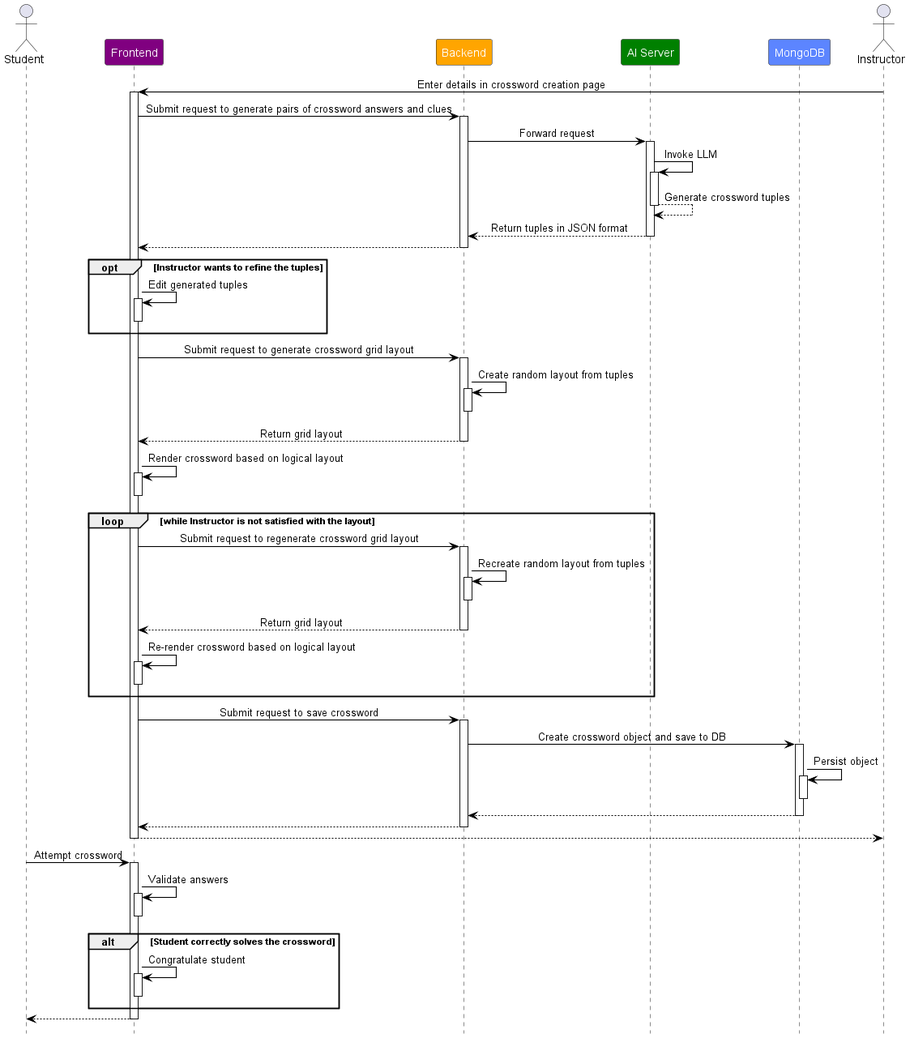
nseah21/plantuml-diagrams keeps this PlantUML diagram as out/fyp/crossword-sd/crossword-creation-sequence-diagram.png. Above is the earlier version.
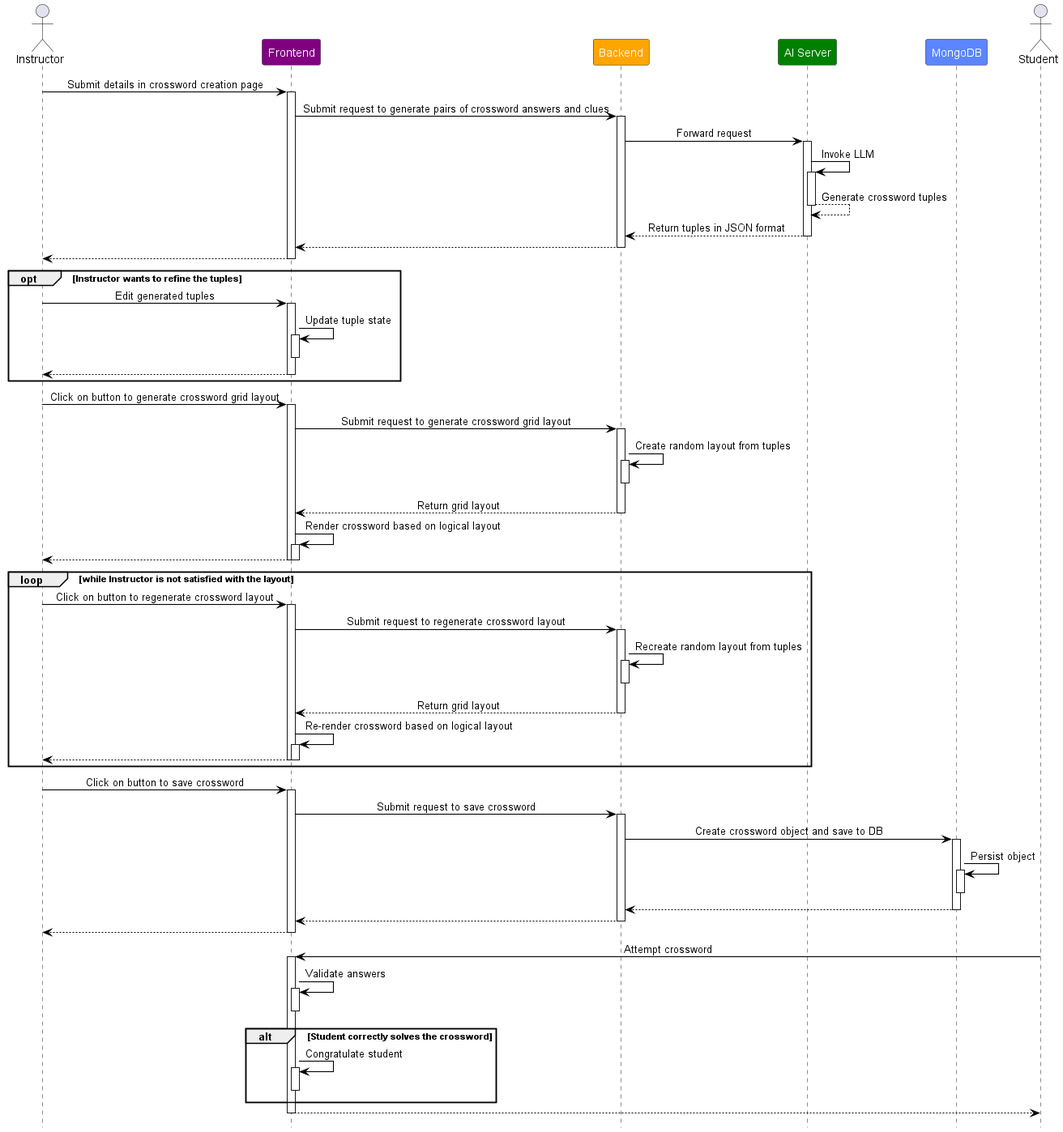
Above is the later version.

Commit message:
Update crossword creation sequence diagram

The edit, as a diff of the source:
```diff
@@ -4,14 +4,14 @@
 skinparam arrowThickness 1.1
 skinparam arrowColor BLACK
 
-Actor Student as stu
+Actor Instructor as ins
 Participant "Frontend" as fe PURPLE
 Participant "Backend" as be YELLOW
 Participant "AI Server" as py GREEN
 Participant "MongoDB" as db LIGHT_BLUE
-Actor Instructor as ins
+Actor Student as stu
 
-ins -> fe: Enter details in crossword creation page
+ins -> fe: Submit details in crossword creation page
 activate fe
 
 fe -> be: Submit request to generate pairs of crossword answers and clues
@@ -32,12 +32,24 @@
 be --> fe:
 deactivate be
 
+fe --> ins:
+deactivate fe
+
 opt Instructor wants to refine the tuples
-    fe -> fe: Edit generated tuples
+    ins -> fe: Edit generated tuples
+    activate fe
+
+    fe -> fe: Update tuple state
     activate fe
 
     deactivate fe
+
+    fe --> ins:
+    deactivate fe
 end
+
+ins -> fe: Click on button to generate crossword grid layout
+activate fe
 
 fe -> be: Submit request to generate crossword grid layout
 activate be
@@ -53,10 +65,16 @@
 fe -> fe: Render crossword based on logical layout
 activate fe
 
+fe --> ins:
+deactivate fe
+
 deactivate fe
 
 loop while Instructor is not satisfied with the layout
-    fe -> be: Submit request to regenerate crossword grid layout
+    ins -> fe: Click on button to regenerate crossword layout
+    activate fe
+
+    fe -> be: Submit request to regenerate crossword layout
     activate be
 
     be -> be: Recreate random layout from tuples
@@ -69,8 +87,14 @@
     fe -> fe: Re-render crossword based on logical layout
     activate fe
 
+    fe --> ins:
+    deactivate fe
+
     deactivate fe
 end
+
+ins -> fe: Click on button to save crossword
+activate fe
 
 fe -> be: Submit request to save crossword
 activate be
```
